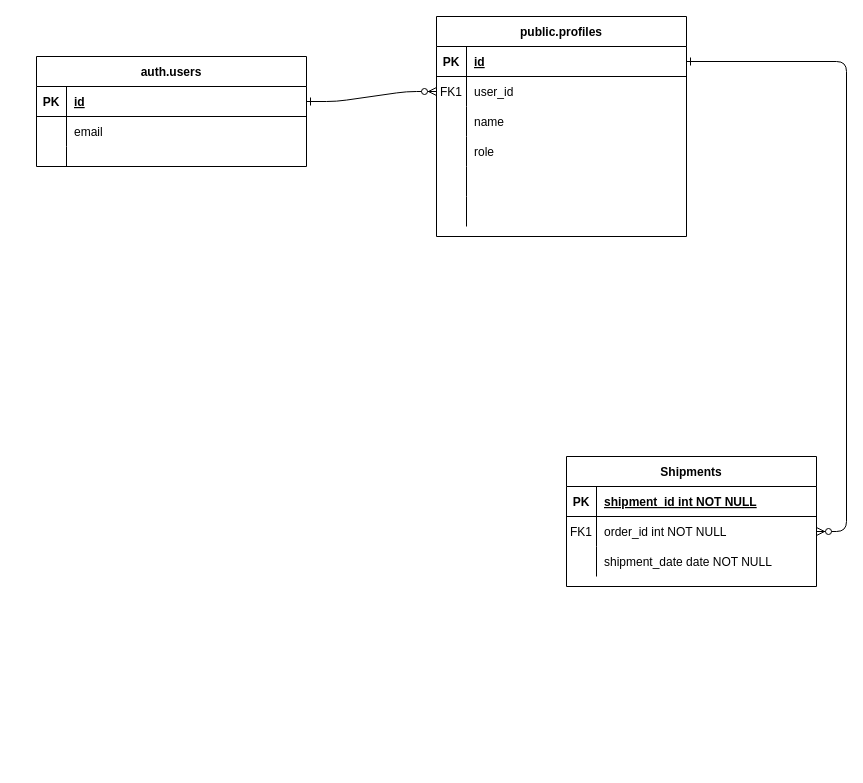
MaTTalv001/Karaage_Again keeps this draw.io diagram as karaageER.drawio. Above is the earlier version. Source tidied: cells renumbered, new cells numbered last; positions are measured from the earlier drawing's top-left corner, leaving out a move shared by most shapes. Both pictures are drawn from the tidied source at 100%, with x=0, y=0 at pixel (36, 16).
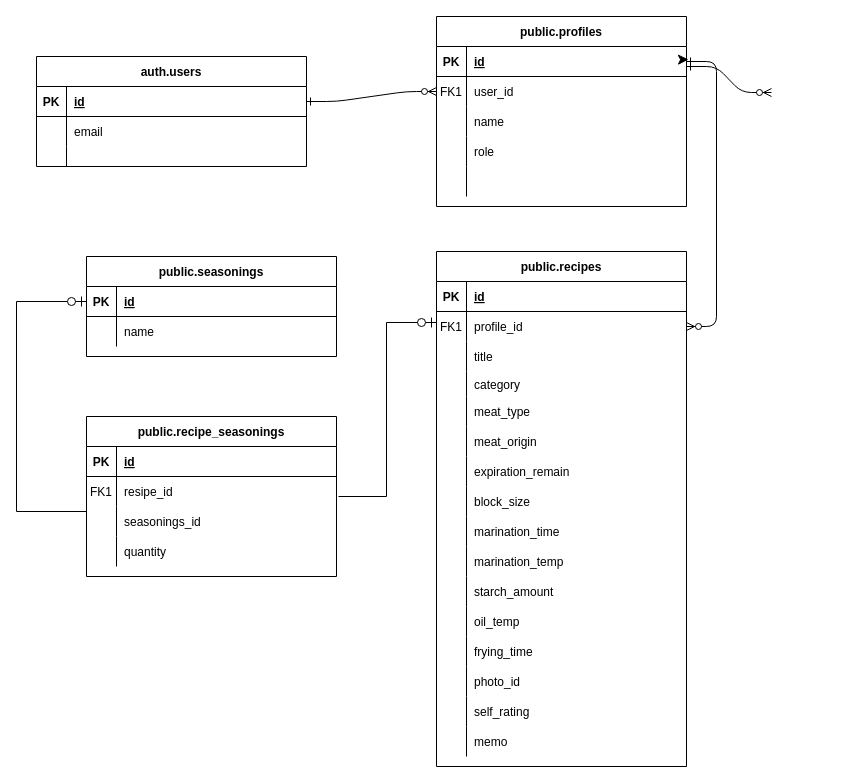
The same page after the edit.

Commit message:
karaageER.drawio を更新します

The change refers to these unchanged cells:
```xml
<mxCell id="5" style="shape=partialRectangle;fillColor=none;points=[[0,0.5],[1,0.5]];portConstraint=eastwest;top=0;left=0;right=0;bottom=1;" parent="4" vertex="1">
  <mxGeometry y="30" width="250" height="30" as="geometry" />
</mxCell>
<mxCell id="24" style="shape=partialRectangle;fillColor=none;top=0;left=0;right=0;bottom=1;" parent="23" vertex="1">
  <mxGeometry y="30" width="250" height="30" as="geometry" />
</mxCell>
<mxCell id="27" style="shape=partialRectangle;fillColor=none;points=[[0,0.5],[1,0.5]];portConstraint=eastwest;top=0;left=0;right=0;bottom=0;" parent="23" vertex="1">
  <mxGeometry y="60" width="250" height="30" as="geometry" />
</mxCell>
```

Change to the diagram source:
```diff
@@
     <mxCell id="4" value="public.profiles" style="shape=table;startSize=30;childLayout=tableLayout;rowLines=0;fontStyle=1;align=center;" parent="1" vertex="1">
-      <mxGeometry x="400" width="250" height="220" as="geometry" />
+      <mxGeometry x="400" width="250" height="190" as="geometry" />
     </mxCell>
@@
-    <mxCell id="20" style="shape=partialRectangle;fillColor=none;top=0;left=0;right=0;bottom=0;" parent="4" vertex="1">
-      <mxGeometry y="180" width="250" height="30" as="geometry" />
-    </mxCell>
-    <mxCell id="21" style="shape=partialRectangle;overflow=hidden;fillColor=none;top=0;left=0;bottom=0;right=0;" parent="20" vertex="1">
-      <mxGeometry width="30" height="30" as="geometry" />
-    </mxCell>
-    <mxCell id="22" style="shape=partialRectangle;overflow=hidden;fillColor=none;top=0;left=0;bottom=0;right=0;align=left;spacingLeft=6;" parent="20" vertex="1">
-      <mxGeometry x="30" width="220" height="30" as="geometry" />
-    </mxCell>
+    <mxCell id="43" style="edgeStyle=none;curved=1;rounded=0;orthogonalLoop=1;jettySize=auto;html=1;entryX=1.008;entryY=0.433;entryDx=0;entryDy=0;entryPerimeter=0;fontSize=12;startSize=8;endSize=8;" parent="4" edge="1" source="5" target="5">
+      <mxGeometry relative="1" as="geometry" />
+    </mxCell>
-    <mxCell id="23" value="Shipments" style="shape=table;startSize=30;childLayout=tableLayout;rowLines=0;fontStyle=1;align=center;" parent="1" vertex="1">
-      <mxGeometry x="530" y="440" width="250" height="130" as="geometry" />
+    <mxCell id="23" value="public.recipes" style="shape=table;startSize=30;childLayout=tableLayout;rowLines=0;fontStyle=1;align=center;" parent="1" vertex="1">
+      <mxGeometry x="400" y="235" width="250" height="515" as="geometry" />
     </mxCell>
@@
-    <mxCell id="26" value="shipment_id int NOT NULL " style="shape=partialRectangle;overflow=hidden;fillColor=none;top=0;left=0;bottom=0;right=0;align=left;spacingLeft=6;fontStyle=5;" parent="24" vertex="1">
+    <mxCell id="26" value="id" style="shape=partialRectangle;overflow=hidden;fillColor=none;top=0;left=0;bottom=0;right=0;align=left;spacingLeft=6;fontStyle=5;" parent="24" vertex="1">
       <mxGeometry x="30" width="220" height="30" as="geometry" />
     </mxCell>
@@
-    <mxCell id="29" value="order_id int NOT NULL" style="shape=partialRectangle;overflow=hidden;fillColor=none;top=0;left=0;bottom=0;right=0;align=left;spacingLeft=6;" parent="27" vertex="1">
+    <mxCell id="29" value="profile_id" style="shape=partialRectangle;overflow=hidden;fillColor=none;top=0;left=0;bottom=0;right=0;align=left;spacingLeft=6;" parent="27" vertex="1">
       <mxGeometry x="30" width="220" height="30" as="geometry" />
     </mxCell>
-    <mxCell id="30" style="shape=partialRectangle;fillColor=none;top=0;left=0;right=0;bottom=0;" parent="23" vertex="1">
-      <mxGeometry y="90" width="250" height="30" as="geometry" />
-    </mxCell>
-    <mxCell id="31" style="shape=partialRectangle;overflow=hidden;fillColor=none;top=0;left=0;bottom=0;right=0;" parent="30" vertex="1">
-      <mxGeometry width="30" height="30" as="geometry" />
-    </mxCell>
-    <mxCell id="32" value="shipment_date date NOT NULL" style="shape=partialRectangle;overflow=hidden;fillColor=none;top=0;left=0;bottom=0;right=0;align=left;spacingLeft=6;" parent="30" vertex="1">
-      <mxGeometry x="30" width="220" height="30" as="geometry" />
-    </mxCell>
+    <mxCell id="44" style="shape=partialRectangle;fillColor=none;top=0;left=0;right=0;bottom=0;" parent="23" vertex="1">
+      <mxGeometry y="90" width="250" height="30" as="geometry" />
+    </mxCell>
+    <mxCell id="45" style="shape=partialRectangle;overflow=hidden;fillColor=none;top=0;left=0;bottom=0;right=0;" parent="44" vertex="1">
+      <mxGeometry width="30" height="30" as="geometry" />
+    </mxCell>
+    <mxCell id="46" value="title" style="shape=partialRectangle;overflow=hidden;fillColor=none;top=0;left=0;bottom=0;right=0;align=left;spacingLeft=6;" parent="44" vertex="1">
+      <mxGeometry x="30" width="220" height="30" as="geometry" />
+    </mxCell>
+    <mxCell id="47" style="shape=partialRectangle;fillColor=none;top=0;left=0;right=0;bottom=0;" parent="23" vertex="1">
+      <mxGeometry y="120" width="250" height="25" as="geometry" />
+    </mxCell>
+    <mxCell id="48" style="shape=partialRectangle;overflow=hidden;fillColor=none;top=0;left=0;bottom=0;right=0;" parent="47" vertex="1">
+      <mxGeometry width="30" height="25" as="geometry" />
+    </mxCell>
+    <mxCell id="49" value="category" style="shape=partialRectangle;overflow=hidden;fillColor=none;top=0;left=0;bottom=0;right=0;align=left;spacingLeft=6;" parent="47" vertex="1">
+      <mxGeometry x="30" width="220" height="25" as="geometry" />
+    </mxCell>
+    <mxCell id="50" style="shape=partialRectangle;fillColor=none;top=0;left=0;right=0;bottom=0;" parent="23" vertex="1">
+      <mxGeometry y="145" width="250" height="30" as="geometry" />
+    </mxCell>
+    <mxCell id="51" style="shape=partialRectangle;overflow=hidden;fillColor=none;top=0;left=0;bottom=0;right=0;" parent="50" vertex="1">
+      <mxGeometry width="30" height="30" as="geometry" />
+    </mxCell>
+    <mxCell id="52" value="meat_type" style="shape=partialRectangle;overflow=hidden;fillColor=none;top=0;left=0;bottom=0;right=0;align=left;spacingLeft=6;" parent="50" vertex="1">
+      <mxGeometry x="30" width="220" height="30" as="geometry" />
+    </mxCell>
+    <mxCell id="53" style="shape=partialRectangle;fillColor=none;top=0;left=0;right=0;bottom=0;" parent="23" vertex="1">
+      <mxGeometry y="175" width="250" height="30" as="geometry" />
+    </mxCell>
+    <mxCell id="54" style="shape=partialRectangle;overflow=hidden;fillColor=none;top=0;left=0;bottom=0;right=0;" parent="53" vertex="1">
+      <mxGeometry width="30" height="30" as="geometry" />
+    </mxCell>
+    <mxCell id="55" value="meat_origin" style="shape=partialRectangle;overflow=hidden;fillColor=none;top=0;left=0;bottom=0;right=0;align=left;spacingLeft=6;" parent="53" vertex="1">
+      <mxGeometry x="30" width="220" height="30" as="geometry" />
+    </mxCell>
+    <mxCell id="56" style="shape=partialRectangle;fillColor=none;top=0;left=0;right=0;bottom=0;" parent="23" vertex="1">
+      <mxGeometry y="205" width="250" height="30" as="geometry" />
+    </mxCell>
+    <mxCell id="57" style="shape=partialRectangle;overflow=hidden;fillColor=none;top=0;left=0;bottom=0;right=0;" parent="56" vertex="1">
+      <mxGeometry width="30" height="30" as="geometry" />
+    </mxCell>
+    <mxCell id="58" value="expiration_remain" style="shape=partialRectangle;overflow=hidden;fillColor=none;top=0;left=0;bottom=0;right=0;align=left;spacingLeft=6;" parent="56" vertex="1">
+      <mxGeometry x="30" width="220" height="30" as="geometry" />
+    </mxCell>
+    <mxCell id="59" style="shape=partialRectangle;fillColor=none;top=0;left=0;right=0;bottom=0;" parent="23" vertex="1">
+      <mxGeometry y="235" width="250" height="30" as="geometry" />
+    </mxCell>
+    <mxCell id="60" style="shape=partialRectangle;overflow=hidden;fillColor=none;top=0;left=0;bottom=0;right=0;" parent="59" vertex="1">
+      <mxGeometry width="30" height="30" as="geometry" />
+    </mxCell>
+    <mxCell id="61" value="block_size" style="shape=partialRectangle;overflow=hidden;fillColor=none;top=0;left=0;bottom=0;right=0;align=left;spacingLeft=6;" parent="59" vertex="1">
+      <mxGeometry x="30" width="220" height="30" as="geometry" />
+    </mxCell>
+    <mxCell id="62" style="shape=partialRectangle;fillColor=none;top=0;left=0;right=0;bottom=0;" parent="23" vertex="1">
+      <mxGeometry y="265" width="250" height="30" as="geometry" />
+    </mxCell>
+    <mxCell id="63" style="shape=partialRectangle;overflow=hidden;fillColor=none;top=0;left=0;bottom=0;right=0;" parent="62" vertex="1">
+      <mxGeometry width="30" height="30" as="geometry" />
+    </mxCell>
+    <mxCell id="64" value="marination_time" style="shape=partialRectangle;overflow=hidden;fillColor=none;top=0;left=0;bottom=0;right=0;align=left;spacingLeft=6;" parent="62" vertex="1">
+      <mxGeometry x="30" width="220" height="30" as="geometry" />
+    </mxCell>
+    <mxCell id="65" style="shape=partialRectangle;fillColor=none;top=0;left=0;right=0;bottom=0;" parent="23" vertex="1">
+      <mxGeometry y="295" width="250" height="30" as="geometry" />
+    </mxCell>
+    <mxCell id="66" style="shape=partialRectangle;overflow=hidden;fillColor=none;top=0;left=0;bottom=0;right=0;" parent="65" vertex="1">
+      <mxGeometry width="30" height="30" as="geometry" />
+    </mxCell>
+    <mxCell id="67" value="marination_temp" style="shape=partialRectangle;overflow=hidden;fillColor=none;top=0;left=0;bottom=0;right=0;align=left;spacingLeft=6;" parent="65" vertex="1">
+      <mxGeometry x="30" width="220" height="30" as="geometry" />
+    </mxCell>
+    <mxCell id="68" style="shape=partialRectangle;fillColor=none;top=0;left=0;right=0;bottom=0;" parent="23" vertex="1">
+      <mxGeometry y="325" width="250" height="30" as="geometry" />
+    </mxCell>
+    <mxCell id="69" style="shape=partialRectangle;overflow=hidden;fillColor=none;top=0;left=0;bottom=0;right=0;" parent="68" vertex="1">
+      <mxGeometry width="30" height="30" as="geometry" />
+    </mxCell>
+    <mxCell id="70" value="starch_amount" style="shape=partialRectangle;overflow=hidden;fillColor=none;top=0;left=0;bottom=0;right=0;align=left;spacingLeft=6;" parent="68" vertex="1">
+      <mxGeometry x="30" width="220" height="30" as="geometry" />
+    </mxCell>
+    <mxCell id="71" style="shape=partialRectangle;fillColor=none;top=0;left=0;right=0;bottom=0;" parent="23" vertex="1">
+      <mxGeometry y="355" width="250" height="30" as="geometry" />
+    </mxCell>
+    <mxCell id="72" style="shape=partialRectangle;overflow=hidden;fillColor=none;top=0;left=0;bottom=0;right=0;" parent="71" vertex="1">
+      <mxGeometry width="30" height="30" as="geometry" />
+    </mxCell>
+    <mxCell id="73" value="oil_temp" style="shape=partialRectangle;overflow=hidden;fillColor=none;top=0;left=0;bottom=0;right=0;align=left;spacingLeft=6;" parent="71" vertex="1">
+      <mxGeometry x="30" width="220" height="30" as="geometry" />
+    </mxCell>
+    <mxCell id="74" style="shape=partialRectangle;fillColor=none;top=0;left=0;right=0;bottom=0;" parent="23" vertex="1">
+      <mxGeometry y="385" width="250" height="30" as="geometry" />
+    </mxCell>
+    <mxCell id="75" style="shape=partialRectangle;overflow=hidden;fillColor=none;top=0;left=0;bottom=0;right=0;" parent="74" vertex="1">
+      <mxGeometry width="30" height="30" as="geometry" />
+    </mxCell>
+    <mxCell id="76" value="frying_time" style="shape=partialRectangle;overflow=hidden;fillColor=none;top=0;left=0;bottom=0;right=0;align=left;spacingLeft=6;" parent="74" vertex="1">
+      <mxGeometry x="30" width="220" height="30" as="geometry" />
+    </mxCell>
+    <mxCell id="77" style="shape=partialRectangle;fillColor=none;top=0;left=0;right=0;bottom=0;" parent="23" vertex="1">
+      <mxGeometry y="415" width="250" height="30" as="geometry" />
+    </mxCell>
+    <mxCell id="78" style="shape=partialRectangle;overflow=hidden;fillColor=none;top=0;left=0;bottom=0;right=0;" parent="77" vertex="1">
+      <mxGeometry width="30" height="30" as="geometry" />
+    </mxCell>
+    <mxCell id="79" value="photo_id" style="shape=partialRectangle;overflow=hidden;fillColor=none;top=0;left=0;bottom=0;right=0;align=left;spacingLeft=6;" parent="77" vertex="1">
+      <mxGeometry x="30" width="220" height="30" as="geometry" />
+    </mxCell>
+    <mxCell id="80" style="shape=partialRectangle;fillColor=none;top=0;left=0;right=0;bottom=0;" parent="23" vertex="1">
+      <mxGeometry y="445" width="250" height="30" as="geometry" />
+    </mxCell>
+    <mxCell id="81" style="shape=partialRectangle;overflow=hidden;fillColor=none;top=0;left=0;bottom=0;right=0;" parent="80" vertex="1">
+      <mxGeometry width="30" height="30" as="geometry" />
+    </mxCell>
+    <mxCell id="82" value="self_rating" style="shape=partialRectangle;overflow=hidden;fillColor=none;top=0;left=0;bottom=0;right=0;align=left;spacingLeft=6;" parent="80" vertex="1">
+      <mxGeometry x="30" width="220" height="30" as="geometry" />
+    </mxCell>
+    <mxCell id="83" style="shape=partialRectangle;fillColor=none;top=0;left=0;right=0;bottom=0;" parent="23" vertex="1">
+      <mxGeometry y="475" width="250" height="30" as="geometry" />
+    </mxCell>
+    <mxCell id="84" style="shape=partialRectangle;overflow=hidden;fillColor=none;top=0;left=0;bottom=0;right=0;" parent="83" vertex="1">
+      <mxGeometry width="30" height="30" as="geometry" />
+    </mxCell>
+    <mxCell id="85" value="memo" style="shape=partialRectangle;overflow=hidden;fillColor=none;top=0;left=0;bottom=0;right=0;align=left;spacingLeft=6;" parent="83" vertex="1">
+      <mxGeometry x="30" width="220" height="30" as="geometry" />
+    </mxCell>
@@
+    <mxCell id="86" value="public.seasonings" style="shape=table;startSize=30;childLayout=tableLayout;rowLines=0;fontStyle=1;align=center;" parent="1" vertex="1">
+      <mxGeometry x="50" y="240" width="250" height="100" as="geometry" />
+    </mxCell>
+    <mxCell id="87" style="shape=partialRectangle;fillColor=none;points=[[0,0.5],[1,0.5]];portConstraint=eastwest;top=0;left=0;right=0;bottom=1;" parent="86" vertex="1">
+      <mxGeometry y="30" width="250" height="30" as="geometry" />
+    </mxCell>
+    <mxCell id="88" value="PK" style="shape=partialRectangle;overflow=hidden;fillColor=none;top=0;left=0;bottom=0;right=0;fontStyle=1;" parent="87" vertex="1">
+      <mxGeometry width="30" height="30" as="geometry" />
+    </mxCell>
+    <mxCell id="89" value="id" style="shape=partialRectangle;overflow=hidden;fillColor=none;top=0;left=0;bottom=0;right=0;align=left;spacingLeft=6;fontStyle=5;" parent="87" vertex="1">
+      <mxGeometry x="30" width="220" height="30" as="geometry" />
+    </mxCell>
+    <mxCell id="90" style="shape=partialRectangle;fillColor=none;top=0;left=0;right=0;bottom=0;" parent="86" vertex="1">
+      <mxGeometry y="60" width="250" height="30" as="geometry" />
+    </mxCell>
+    <mxCell id="91" style="shape=partialRectangle;overflow=hidden;fillColor=none;top=0;left=0;bottom=0;right=0;" parent="90" vertex="1">
+      <mxGeometry width="30" height="30" as="geometry" />
+    </mxCell>
+    <mxCell id="92" value="name" style="shape=partialRectangle;overflow=hidden;fillColor=none;top=0;left=0;bottom=0;right=0;align=left;spacingLeft=6;" parent="90" vertex="1">
+      <mxGeometry x="30" width="220" height="30" as="geometry" />
+    </mxCell>
+    <mxCell id="93" value="public.recipe_seasonings" style="shape=table;startSize=30;childLayout=tableLayout;rowLines=0;fontStyle=1;align=center;" parent="1" vertex="1">
+      <mxGeometry x="50" y="400" width="250" height="160" as="geometry" />
+    </mxCell>
+    <mxCell id="94" style="shape=partialRectangle;fillColor=none;points=[[0,0.5],[1,0.5]];portConstraint=eastwest;top=0;left=0;right=0;bottom=1;" parent="93" vertex="1">
+      <mxGeometry y="30" width="250" height="30" as="geometry" />
+    </mxCell>
+    <mxCell id="95" value="PK" style="shape=partialRectangle;overflow=hidden;fillColor=none;top=0;left=0;bottom=0;right=0;fontStyle=1;" parent="94" vertex="1">
+      <mxGeometry width="30" height="30" as="geometry" />
+    </mxCell>
+    <mxCell id="96" value="id" style="shape=partialRectangle;overflow=hidden;fillColor=none;top=0;left=0;bottom=0;right=0;align=left;spacingLeft=6;fontStyle=5;" parent="94" vertex="1">
+      <mxGeometry x="30" width="220" height="30" as="geometry" />
+    </mxCell>
+    <mxCell id="97" style="shape=partialRectangle;fillColor=none;points=[[0,0.5],[1,0.5]];portConstraint=eastwest;top=0;left=0;right=0;bottom=0;" parent="93" vertex="1">
+      <mxGeometry y="60" width="250" height="30" as="geometry" />
+    </mxCell>
+    <mxCell id="98" value="FK1" style="shape=partialRectangle;overflow=hidden;fillColor=none;top=0;left=0;bottom=0;right=0;" parent="97" vertex="1">
+      <mxGeometry width="30" height="30" as="geometry" />
+    </mxCell>
+    <mxCell id="99" value="resipe_id" style="shape=partialRectangle;overflow=hidden;fillColor=none;top=0;left=0;bottom=0;right=0;align=left;spacingLeft=6;" parent="97" vertex="1">
+      <mxGeometry x="30" width="220" height="30" as="geometry" />
+    </mxCell>
+    <mxCell id="100" style="shape=partialRectangle;fillColor=none;top=0;left=0;right=0;bottom=0;" parent="93" vertex="1">
+      <mxGeometry y="90" width="250" height="30" as="geometry" />
+    </mxCell>
+    <mxCell id="101" style="shape=partialRectangle;overflow=hidden;fillColor=none;top=0;left=0;bottom=0;right=0;" parent="100" vertex="1">
+      <mxGeometry width="30" height="30" as="geometry" />
+    </mxCell>
+    <mxCell id="102" value="seasonings_id" style="shape=partialRectangle;overflow=hidden;fillColor=none;top=0;left=0;bottom=0;right=0;align=left;spacingLeft=6;" parent="100" vertex="1">
+      <mxGeometry x="30" width="220" height="30" as="geometry" />
+    </mxCell>
+    <mxCell id="103" style="shape=partialRectangle;fillColor=none;top=0;left=0;right=0;bottom=0;" parent="93" vertex="1">
+      <mxGeometry y="120" width="250" height="30" as="geometry" />
+    </mxCell>
+    <mxCell id="104" style="shape=partialRectangle;overflow=hidden;fillColor=none;top=0;left=0;bottom=0;right=0;" parent="103" vertex="1">
+      <mxGeometry width="30" height="30" as="geometry" />
+    </mxCell>
+    <mxCell id="105" value="quantity" style="shape=partialRectangle;overflow=hidden;fillColor=none;top=0;left=0;bottom=0;right=0;align=left;spacingLeft=6;" parent="103" vertex="1">
+      <mxGeometry x="30" width="220" height="30" as="geometry" />
+    </mxCell>
+    <mxCell id="106" style="fontSize=12;html=1;endArrow=ERzeroToOne;endFill=1;rounded=0;startSize=8;endSize=8;entryX=0;entryY=0.5;entryDx=0;entryDy=0;exitX=0;exitY=0.5;exitDx=0;exitDy=0;jumpSize=4;strokeWidth=1;edgeStyle=orthogonalEdgeStyle;" parent="1" edge="1" source="94" target="87">
+      <mxGeometry relative="1" as="geometry">
+        <Array as="points">
+          <mxPoint x="-20" y="495" />
+          <mxPoint x="-20" y="285" />
+        </Array>
+      </mxGeometry>
+    </mxCell>
+    <mxCell id="107" style="fontSize=12;html=1;endArrow=ERzeroToOne;endFill=1;rounded=0;startSize=8;endSize=8;entryX=0;entryY=0.367;entryDx=0;entryDy=0;exitX=1.008;exitY=0.667;exitDx=0;exitDy=0;jumpSize=4;strokeWidth=1;edgeStyle=orthogonalEdgeStyle;exitPerimeter=0;entryPerimeter=0;" parent="1" edge="1" source="97" target="27">
+      <mxGeometry relative="1" as="geometry" />
+    </mxCell>
+    <mxCell id="108" style="edgeStyle=entityRelationEdgeStyle;endArrow=ERzeroToMany;startArrow=ERone;endFill=1;startFill=0;entryX=-0.02;entryY=0.533;entryDx=0;entryDy=0;entryPerimeter=0;" parent="1" edge="1">
+      <mxGeometry relative="1" as="geometry">
+        <mxPoint x="650" y="50" as="sourcePoint" />
+        <mxPoint x="735" y="76" as="targetPoint" />
+      </mxGeometry>
+    </mxCell>
```
